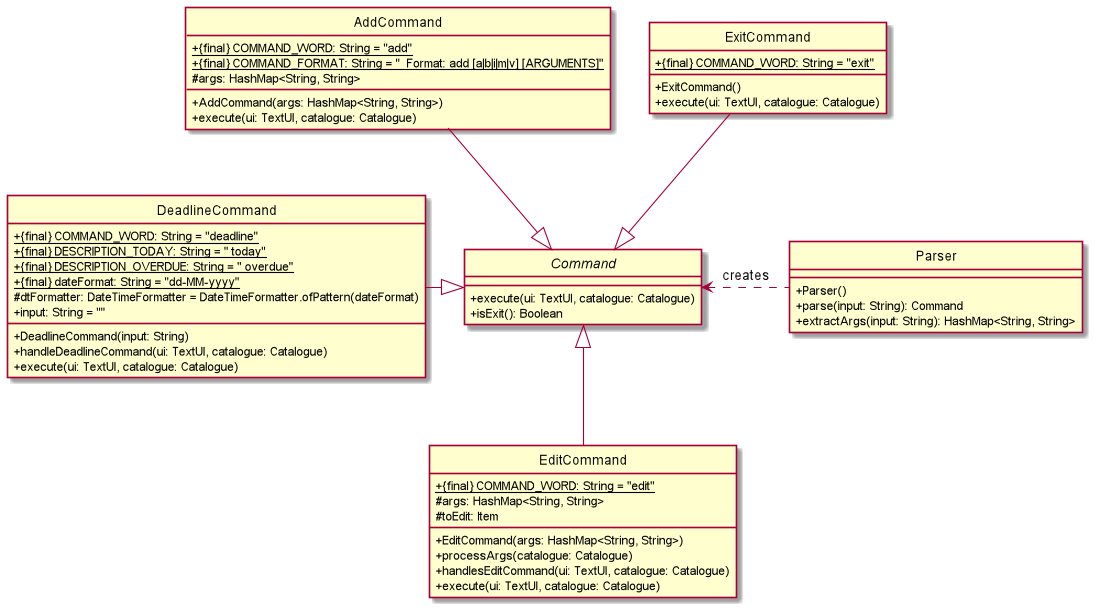
Above: docs/img/ParserAndCommandClassDiagram1.png in nus-cs2113-AY2122S1/tp (PlantUML), before the change.
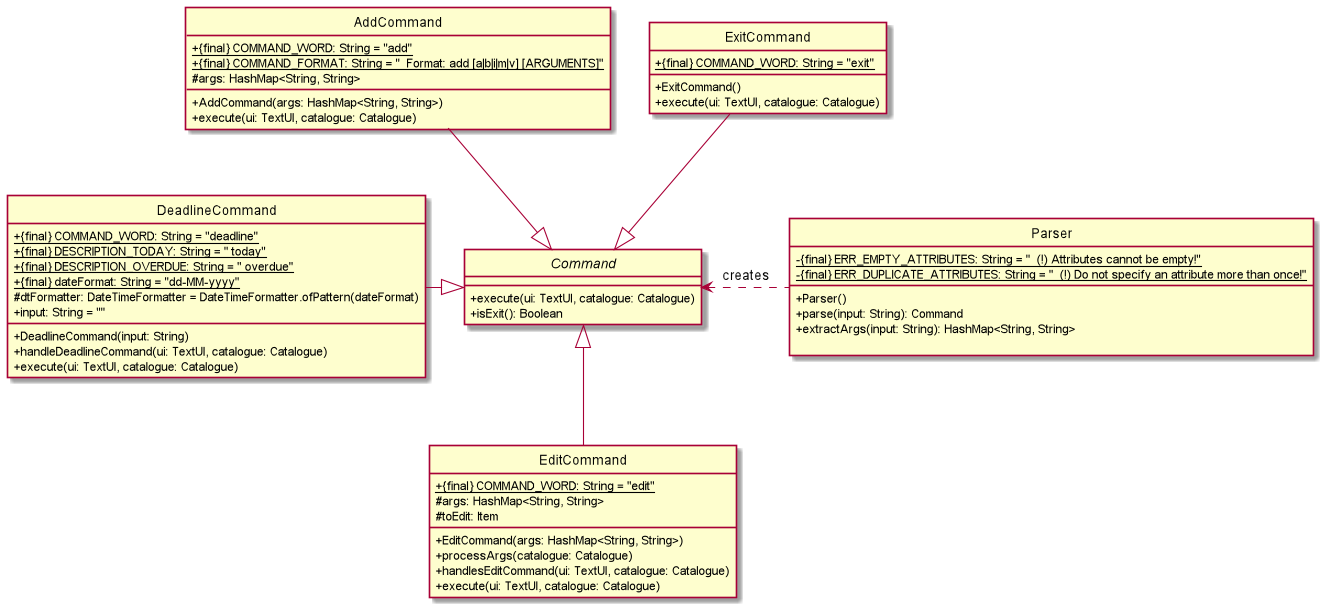
After the change.

Commit message:
Update UML diagrams

What changed in the source:
```diff
@@ -10,6 +10,9 @@
 Command <|-left- DeadlineCommand
 
 class Parser {
+- {static} {final} ERR_EMPTY_ATTRIBUTES: String = "  (!) Attributes cannot be empty!"
+- {static} {final} ERR_DUPLICATE_ATTRIBUTES: String = "  (!) Do not specify an attribute more than once!"
+__
 + Parser()
 + parse(input: String): Command
 + extractArgs(input: String): HashMap<String, String>
```
